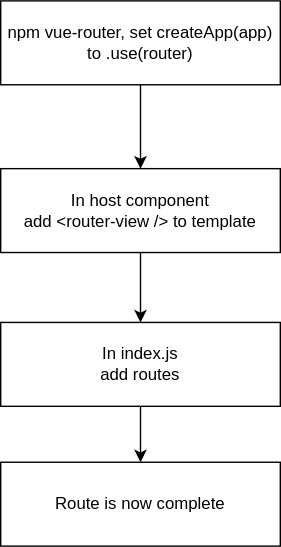
The draw.io diagram routing.drawio.svg in ASproson/VueCheatsheet, before a commit. Source tidied: cells renumbered, new cells last; positions are measured from the earlier drawing's top-left corner, leaving out a move shared by most shapes. The source it was exported from:
```xml
<mxGraphModel>
  <root>
    <mxCell id="0" />
    <mxCell id="1" parent="0" />
    <mxCell id="2" style="edgeStyle=none;html=1;" parent="1" edge="1" source="3" target="5">
      <mxGeometry relative="1" as="geometry" />
    </mxCell>
    <mxCell id="3" value="In host component&lt;br&gt;add &amp;lt;router-view /&amp;gt; to template" style="whiteSpace=wrap;html=1;" parent="1" vertex="1">
      <mxGeometry y="120" width="200" height="60" as="geometry" />
    </mxCell>
    <mxCell id="4" style="edgeStyle=none;html=1;" parent="1" edge="1" source="5" target="6">
      <mxGeometry relative="1" as="geometry" />
    </mxCell>
    <mxCell id="5" value="In index.js&lt;br&gt;add routes" style="whiteSpace=wrap;html=1;" parent="1" vertex="1">
      <mxGeometry y="230" width="200" height="60" as="geometry" />
    </mxCell>
    <mxCell id="6" value="Route is now complete&lt;br&gt;" style="whiteSpace=wrap;html=1;" parent="1" vertex="1">
      <mxGeometry y="330" width="200" height="60" as="geometry" />
    </mxCell>
    <mxCell id="7" style="edgeStyle=none;html=1;" parent="1" edge="1" source="8" target="3">
      <mxGeometry relative="1" as="geometry" />
    </mxCell>
    <mxCell id="8" value="npm vue-router, set createApp(app) to .use(router)" style="whiteSpace=wrap;html=1;" parent="1" vertex="1">
      <mxGeometry width="200" height="60" as="geometry" />
    </mxCell>
  </root>
</mxGraphModel>
```
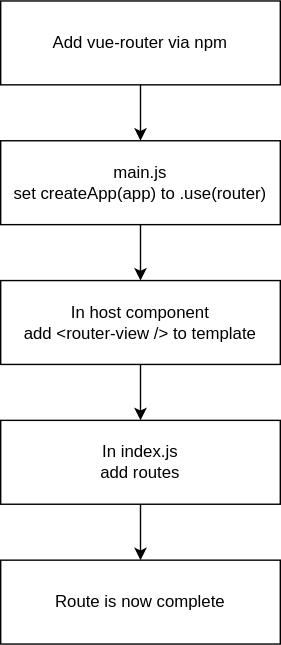
After the commit.

Commit message:
Adds additional step of main.js

Diff of the diagram source:
```diff
@@ -6,22 +6,28 @@
       <mxGeometry relative="1" as="geometry" />
     </mxCell>
     <mxCell id="3" value="In host component&lt;br&gt;add &amp;lt;router-view /&amp;gt; to template" style="whiteSpace=wrap;html=1;" parent="1" vertex="1">
-      <mxGeometry y="120" width="200" height="60" as="geometry" />
+      <mxGeometry x="240" y="140" width="200" height="60" as="geometry" />
     </mxCell>
     <mxCell id="4" style="edgeStyle=none;html=1;" parent="1" edge="1" source="5" target="6">
       <mxGeometry relative="1" as="geometry" />
     </mxCell>
     <mxCell id="5" value="In index.js&lt;br&gt;add routes" style="whiteSpace=wrap;html=1;" parent="1" vertex="1">
-      <mxGeometry y="230" width="200" height="60" as="geometry" />
+      <mxGeometry x="240" y="240" width="200" height="60" as="geometry" />
     </mxCell>
     <mxCell id="6" value="Route is now complete&lt;br&gt;" style="whiteSpace=wrap;html=1;" parent="1" vertex="1">
-      <mxGeometry y="330" width="200" height="60" as="geometry" />
+      <mxGeometry x="240" y="340" width="200" height="60" as="geometry" />
     </mxCell>
     <mxCell id="7" style="edgeStyle=none;html=1;" parent="1" edge="1" source="8" target="3">
       <mxGeometry relative="1" as="geometry" />
     </mxCell>
-    <mxCell id="8" value="npm vue-router, set createApp(app) to .use(router)" style="whiteSpace=wrap;html=1;" parent="1" vertex="1">
-      <mxGeometry width="200" height="60" as="geometry" />
+    <mxCell id="8" value="main.js&lt;br&gt;set createApp(app) to .use(router)" style="whiteSpace=wrap;html=1;" parent="1" vertex="1">
+      <mxGeometry x="240" y="40" width="200" height="60" as="geometry" />
     </mxCell>
+    <mxCell id="9" style="edgeStyle=none;html=1;" parent="1" edge="1" source="10" target="8">
+      <mxGeometry relative="1" as="geometry" />
+    </mxCell>
+    <mxCell id="10" value="Add vue-router via npm" style="whiteSpace=wrap;html=1;" parent="1" vertex="1">
+      <mxGeometry x="240" y="-60" width="200" height="60" as="geometry" />
+    </mxCell>
   </root>
 </mxGraphModel>
```
